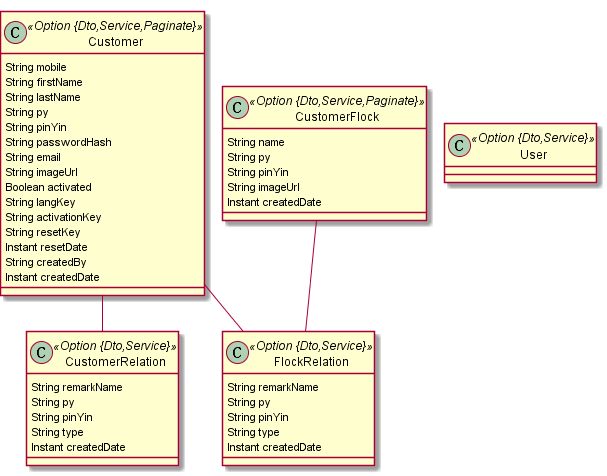
This is docs/jdl/customer.png from dongyanghe/eikesi, a PlantUML export, as it was before one commit.
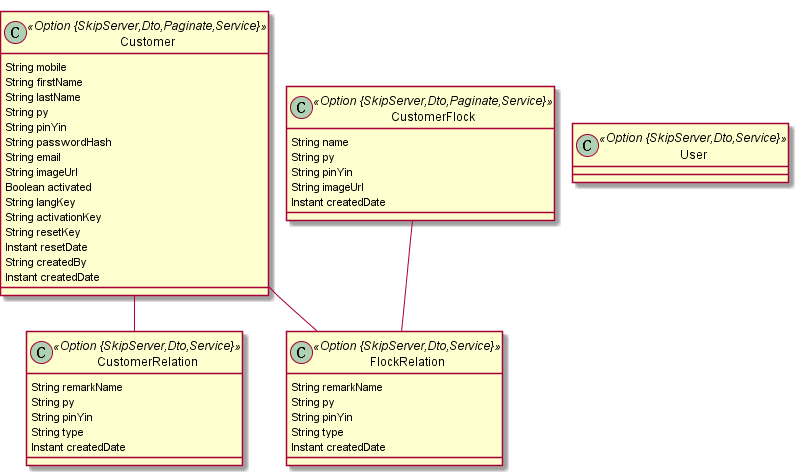
The same file after the commit.

What changed in the source:
```diff
@@ -1,28 +1,28 @@
 @startuml
 	!pragma graphviz_dot jdot
 	!pragma syntax class
-	class CustomerRelation <<Option {Dto,Service}>> {
+	class CustomerRelation <<Option {SkipServer,Dto,Service}>> {
 		String remarkName
 		String py
 		String pinYin
 		String type
 		Instant createdDate
 	}
-	class FlockRelation <<Option {Dto,Service}>> {
+	class FlockRelation <<Option {SkipServer,Dto,Service}>> {
 		String remarkName
 		String py
 		String pinYin
 		String type
 		Instant createdDate
 	}
-	class CustomerFlock <<Option {Dto,Service,Paginate}>> {
+	class CustomerFlock <<Option {SkipServer,Dto,Paginate,Service}>> {
 		String name
 		String py
 		String pinYin
 		String imageUrl
 		Instant createdDate
 	}
-	class Customer <<Option {Dto,Service,Paginate}>> {
+	class Customer <<Option {SkipServer,Dto,Paginate,Service}>> {
 		String mobile
 		String firstName
 		String lastName
@@ -42,6 +42,6 @@
 	Customer  "customerRelation(remarkName) 0..1 " --o "customer(firstName) 0..* "  CustomerRelation
 	Customer  "flockRelation(remarkName) 0..1 " --o "customer(firstName) 0..* "  FlockRelation
 	CustomerFlock  "flockRelation(remarkName) 0..1 " --o "customerFlock(name) 0..* "  FlockRelation
-	class User <<Option {Dto,Service}>> {
+	class User <<Option {SkipServer,Dto,Service}>> {
 	}
 @enduml
```
